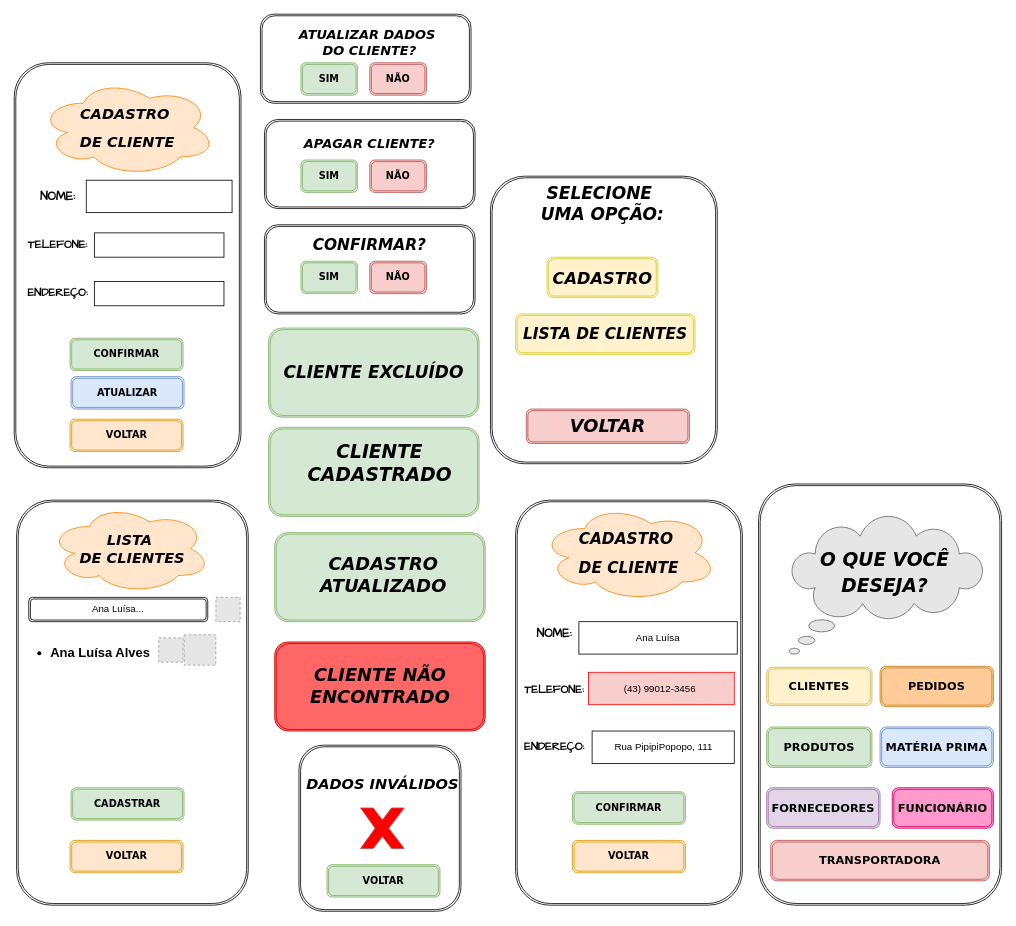
Before: page "Página-1" (1 of 4) of doc/interfaces.drawio in sarahnandynne/fluxograma.sarah, a draw.io diagram. Source tidied: cells renumbered, new cells numbered last; positions are measured from the earlier drawing's top-left corner, leaving out a move shared by most shapes. Both pictures are drawn from the tidied source at 81%, with x=0, y=0 at pixel (14, 14). Pictures stored in the file or linked from it are replaced by grey dashed boxes.
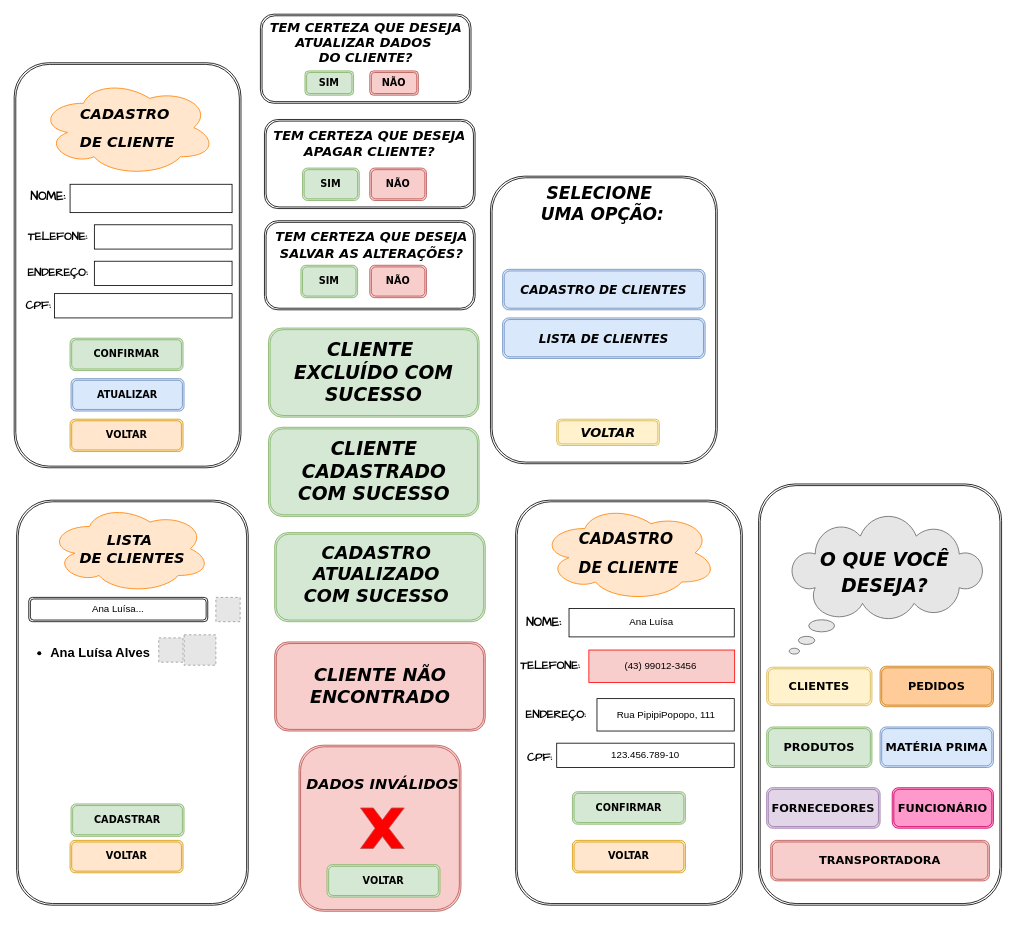
The same page after the edit.

The edit, as a diff of the source:
```diff
@@
     <mxCell id="3" style="whiteSpace=wrap;html=1;align=center;newEdgeStyle={&quot;edgeStyle&quot;:&quot;elbowEdgeStyle&quot;,&quot;startArrow&quot;:&quot;none&quot;,&quot;endArrow&quot;:&quot;none&quot;};" parent="1" vertex="1">
-      <mxGeometry x="89" y="205" width="180" height="40" as="geometry" />
+      <mxGeometry x="69" y="210" width="200" height="35" as="geometry" />
     </mxCell>
     <mxCell id="4" value="NOME:" style="text;html=1;align=center;verticalAlign=middle;whiteSpace=wrap;rounded=0;fontStyle=1;fontFamily=Comic Sans MS;fontSize=15;" parent="1" vertex="1">
-      <mxGeometry x="19" y="210" width="70" height="30" as="geometry" />
+      <mxGeometry x="6.9" y="210" width="70" height="30" as="geometry" />
     </mxCell>
     <mxCell id="5" value="TELEFONE:" style="text;html=1;align=center;verticalAlign=middle;whiteSpace=wrap;rounded=0;fontFamily=Comic Sans MS;fontStyle=1;fontSize=14;" parent="1" vertex="1">
-      <mxGeometry x="24" y="270" width="60" height="30" as="geometry" />
+      <mxGeometry x="24" y="260" width="60" height="30" as="geometry" />
     </mxCell>
     <mxCell id="6" style="whiteSpace=wrap;html=1;align=center;newEdgeStyle={&quot;edgeStyle&quot;:&quot;elbowEdgeStyle&quot;,&quot;startArrow&quot;:&quot;none&quot;,&quot;endArrow&quot;:&quot;none&quot;};" parent="1" vertex="1">
-      <mxGeometry x="99" y="270" width="160" height="30" as="geometry" />
+      <mxGeometry x="99" y="260" width="170" height="30" as="geometry" />
     </mxCell>
     <mxCell id="7" value="ENDEREÇO:" style="text;html=1;align=center;verticalAlign=middle;whiteSpace=wrap;rounded=0;fontFamily=Comic Sans MS;fontStyle=1;fontSize=14;" parent="1" vertex="1">
-      <mxGeometry x="24" y="330" width="60" height="30" as="geometry" />
+      <mxGeometry x="24" y="305" width="60" height="30" as="geometry" />
     </mxCell>
     <mxCell id="8" style="whiteSpace=wrap;html=1;align=center;newEdgeStyle={&quot;edgeStyle&quot;:&quot;elbowEdgeStyle&quot;,&quot;startArrow&quot;:&quot;none&quot;,&quot;endArrow&quot;:&quot;none&quot;};" parent="1" vertex="1">
-      <mxGeometry x="99" y="330" width="160" height="30" as="geometry" />
+      <mxGeometry x="99" y="305" width="170" height="30" as="geometry" />
     </mxCell>
@@
-    <mxCell id="15" value="&lt;font style=&quot;font-size: 16px;&quot; face=&quot;Verdana&quot;&gt;&lt;i style=&quot;font-size: 16px;&quot;&gt;&lt;b style=&quot;font-size: 16px;&quot;&gt;APAGAR CLIENTE?&lt;/b&gt;&lt;/i&gt;&lt;/font&gt;" style="text;html=1;align=center;verticalAlign=middle;whiteSpace=wrap;rounded=0;fontSize=16;" parent="1" vertex="1">
-      <mxGeometry x="354" y="140" width="170" height="40" as="geometry" />
+    <mxCell id="15" value="&lt;font style=&quot;font-size: 16px;&quot; face=&quot;Verdana&quot;&gt;&lt;i style=&quot;font-size: 16px;&quot;&gt;&lt;b style=&quot;font-size: 16px;&quot;&gt;TEM CERTEZA QUE DESEJA APAGAR CLIENTE?&lt;/b&gt;&lt;/i&gt;&lt;/font&gt;" style="text;html=1;align=center;verticalAlign=middle;whiteSpace=wrap;rounded=0;fontSize=16;" parent="1" vertex="1">
+      <mxGeometry x="309" y="140" width="260" height="40" as="geometry" />
     </mxCell>
     <mxCell id="16" value="&lt;font face=&quot;Verdana&quot;&gt;&lt;b style=&quot;&quot;&gt;SIM&lt;/b&gt;&lt;/font&gt;" style="shape=ext;double=1;rounded=1;whiteSpace=wrap;html=1;fillColor=#d5e8d4;strokeColor=#82b366;" parent="1" vertex="1">
-      <mxGeometry x="354" y="180" width="70" height="40" as="geometry" />
+      <mxGeometry x="356" y="190" width="70" height="40" as="geometry" />
     </mxCell>
     <mxCell id="17" value="&lt;font face=&quot;Verdana&quot;&gt;&lt;b&gt;NÃO&lt;/b&gt;&lt;/font&gt;" style="shape=ext;double=1;rounded=1;whiteSpace=wrap;html=1;fillColor=#f8cecc;strokeColor=#b85450;" parent="1" vertex="1">
-      <mxGeometry x="439" y="180" width="70" height="40" as="geometry" />
+      <mxGeometry x="439" y="190" width="70" height="40" as="geometry" />
     </mxCell>
@@
-    <mxCell id="22" value="ATUALIZAR DADOS&amp;nbsp;&lt;div style=&quot;font-size: 16px;&quot;&gt;DO CLIENTE?&lt;/div&gt;" style="text;html=1;align=center;verticalAlign=middle;whiteSpace=wrap;rounded=0;fontFamily=Verdana;fontStyle=3;fontSize=16;" parent="1" vertex="1">
-      <mxGeometry x="344" y="20" width="190" height="30" as="geometry" />
+    <mxCell id="22" value="TEM CERTEZA QUE DESEJA ATUALIZAR DADOS&amp;nbsp;&lt;div style=&quot;font-size: 16px;&quot;&gt;DO CLIENTE?&lt;/div&gt;" style="text;html=1;align=center;verticalAlign=middle;whiteSpace=wrap;rounded=0;fontFamily=Verdana;fontStyle=3;fontSize=16;" parent="1" vertex="1">
+      <mxGeometry x="291.5" y="20" width="285" height="30" as="geometry" />
     </mxCell>
     <mxCell id="23" value="&lt;font face=&quot;Verdana&quot;&gt;&lt;b style=&quot;&quot;&gt;SIM&lt;/b&gt;&lt;/font&gt;" style="shape=ext;double=1;rounded=1;whiteSpace=wrap;html=1;fillColor=#d5e8d4;strokeColor=#82b366;" parent="1" vertex="1">
-      <mxGeometry x="354" y="60" width="70" height="40" as="geometry" />
+      <mxGeometry x="359" y="70" width="60" height="30" as="geometry" />
     </mxCell>
     <mxCell id="24" value="&lt;font face=&quot;Verdana&quot;&gt;&lt;b&gt;NÃO&lt;/b&gt;&lt;/font&gt;" style="shape=ext;double=1;rounded=1;whiteSpace=wrap;html=1;fillColor=#f8cecc;strokeColor=#b85450;" parent="1" vertex="1">
-      <mxGeometry x="439" y="60" width="70" height="40" as="geometry" />
+      <mxGeometry x="439" y="70" width="60" height="30" as="geometry" />
     </mxCell>
-    <mxCell id="25" style="shape=ext;double=1;rounded=1;whiteSpace=wrap;html=1;" parent="1" vertex="1">
-      <mxGeometry x="309" y="260" width="260" height="110" as="geometry" />
-    </mxCell>
-    <mxCell id="26" value="&lt;font face=&quot;Verdana&quot;&gt;CONFIRMAR?&lt;/font&gt;" style="text;html=1;align=center;verticalAlign=middle;whiteSpace=wrap;rounded=0;fontStyle=3;fontSize=19;fontFamily=Helvetica;" parent="1" vertex="1">
-      <mxGeometry x="409" y="270" width="60" height="30" as="geometry" />
-    </mxCell>
-    <mxCell id="27" value="&lt;font face=&quot;Verdana&quot;&gt;&lt;b style=&quot;&quot;&gt;SIM&lt;/b&gt;&lt;/font&gt;" style="shape=ext;double=1;rounded=1;whiteSpace=wrap;html=1;fillColor=#d5e8d4;strokeColor=#82b366;" parent="1" vertex="1">
-      <mxGeometry x="354" y="305" width="70" height="40" as="geometry" />
-    </mxCell>
-    <mxCell id="28" value="&lt;font face=&quot;Verdana&quot;&gt;&lt;b&gt;NÃO&lt;/b&gt;&lt;/font&gt;" style="shape=ext;double=1;rounded=1;whiteSpace=wrap;html=1;fillColor=#f8cecc;strokeColor=#b85450;" parent="1" vertex="1">
-      <mxGeometry x="439" y="305" width="70" height="40" as="geometry" />
-    </mxCell>
-    <mxCell id="29" style="shape=ext;double=1;rounded=1;whiteSpace=wrap;html=1;" parent="1" vertex="1">
+    <mxCell id="29" style="shape=ext;double=1;rounded=1;whiteSpace=wrap;html=1;fillColor=#f8cecc;strokeColor=#b85450;" parent="1" vertex="1">
       <mxGeometry x="351.6" y="902.5" width="200" height="205" as="geometry" />
     </mxCell>
@@
     <mxCell id="36" value="NOME:" style="text;html=1;align=center;verticalAlign=middle;whiteSpace=wrap;rounded=0;fontStyle=1;fontFamily=Comic Sans MS;fontSize=15;" parent="1" vertex="1">
-      <mxGeometry x="632.2" y="750" width="70" height="30" as="geometry" />
+      <mxGeometry x="619" y="736.2" width="70" height="30" as="geometry" />
     </mxCell>
     <mxCell id="37" value="TELEFONE:" style="text;html=1;align=center;verticalAlign=middle;whiteSpace=wrap;rounded=0;fontFamily=Comic Sans MS;fontStyle=1;fontSize=14;" parent="1" vertex="1">
-      <mxGeometry x="637.2" y="820" width="60" height="30" as="geometry" />
+      <mxGeometry x="632.2" y="790" width="60" height="30" as="geometry" />
     </mxCell>
     <mxCell id="38" value="ENDEREÇO:" style="text;html=1;align=center;verticalAlign=middle;whiteSpace=wrap;rounded=0;fontFamily=Comic Sans MS;fontStyle=1;fontSize=14;" parent="1" vertex="1">
-      <mxGeometry x="637.2" y="890" width="60" height="30" as="geometry" />
+      <mxGeometry x="639" y="850" width="60" height="30" as="geometry" />
     </mxCell>
     <mxCell id="39" value="Rua PipipiPopopo, 111" style="whiteSpace=wrap;html=1;align=center;newEdgeStyle={&quot;edgeStyle&quot;:&quot;elbowEdgeStyle&quot;,&quot;startArrow&quot;:&quot;none&quot;,&quot;endArrow&quot;:&quot;none&quot;};" parent="1" vertex="1">
-      <mxGeometry x="713.5" y="885" width="175.5" height="40" as="geometry" />
+      <mxGeometry x="719.5" y="845" width="169.5" height="40" as="geometry" />
     </mxCell>
     <mxCell id="40" value="(43) 99012-3456&amp;nbsp;" style="whiteSpace=wrap;html=1;align=center;newEdgeStyle={&quot;edgeStyle&quot;:&quot;elbowEdgeStyle&quot;,&quot;startArrow&quot;:&quot;none&quot;,&quot;endArrow&quot;:&quot;none&quot;};fillColor=#f8cecc;strokeColor=#FF0000;" parent="1" vertex="1">
-      <mxGeometry x="709" y="812.5" width="180" height="40" as="geometry" />
+      <mxGeometry x="709.5" y="785" width="180" height="40" as="geometry" />
     </mxCell>
     <mxCell id="41" value="Ana Luísa" style="whiteSpace=wrap;html=1;align=center;newEdgeStyle={&quot;edgeStyle&quot;:&quot;elbowEdgeStyle&quot;,&quot;startArrow&quot;:&quot;none&quot;,&quot;endArrow&quot;:&quot;none&quot;};" parent="1" vertex="1">
-      <mxGeometry x="697.2" y="750" width="195.5" height="40" as="geometry" />
+      <mxGeometry x="685" y="733.8" width="204" height="35" as="geometry" />
     </mxCell>
@@
     <mxCell id="57" value="&lt;font face=&quot;Verdana&quot;&gt;&lt;b&gt;ATUALIZAR&lt;/b&gt;&lt;/font&gt;" style="shape=ext;double=1;rounded=1;whiteSpace=wrap;html=1;fillColor=#dae8fc;strokeColor=#6c8ebf;" parent="1" vertex="1">
-      <mxGeometry x="70.2" y="447.5" width="139.5" height="40" as="geometry" />
+      <mxGeometry x="70.2" y="450" width="139.5" height="40" as="geometry" />
     </mxCell>
     <mxCell id="58" value="&lt;font face=&quot;Verdana&quot;&gt;&lt;b&gt;CADASTRAR&lt;/b&gt;&lt;/font&gt;" style="shape=ext;double=1;rounded=1;whiteSpace=wrap;html=1;fillColor=#d5e8d4;strokeColor=#82b366;" parent="1" vertex="1">
-      <mxGeometry x="70.2" y="955" width="139.5" height="40" as="geometry" />
+      <mxGeometry x="70.2" y="975" width="139.5" height="40" as="geometry" />
     </mxCell>
-    <mxCell id="59" value="&lt;font size=&quot;1&quot; face=&quot;Verdana&quot; style=&quot;&quot;&gt;&lt;b style=&quot;&quot;&gt;&lt;i style=&quot;font-size: 20px;&quot;&gt;CADASTRO&lt;/i&gt;&lt;/b&gt;&lt;/font&gt;" style="shape=ext;double=1;rounded=1;whiteSpace=wrap;html=1;fillColor=#fff2cc;strokeColor=#D1D12A;" parent="1" vertex="1">
-      <mxGeometry x="657.9" y="300" width="136.8" height="50" as="geometry" />
+    <mxCell id="59" value="&lt;font style=&quot;font-size: 15px;&quot; face=&quot;Verdana&quot;&gt;&lt;b style=&quot;font-size: 15px;&quot;&gt;&lt;i style=&quot;font-size: 15px;&quot;&gt;CADASTRO DE CLIENTES&lt;/i&gt;&lt;/b&gt;&lt;/font&gt;" style="shape=ext;double=1;rounded=1;whiteSpace=wrap;html=1;fillColor=#dae8fc;strokeColor=#6c8ebf;fontSize=15;" parent="1" vertex="1">
+      <mxGeometry x="603" y="315" width="250" height="50" as="geometry" />
     </mxCell>
-    <mxCell id="60" value="&lt;font size=&quot;1&quot; style=&quot;&quot; face=&quot;Verdana&quot;&gt;&lt;b style=&quot;&quot;&gt;&lt;i style=&quot;font-size: 19px;&quot;&gt;LISTA DE CLIENTES&lt;/i&gt;&lt;/b&gt;&lt;/font&gt;" style="shape=ext;double=1;rounded=1;whiteSpace=wrap;html=1;fillColor=#fff2cc;strokeColor=#D1D12A;fontSize=11;" parent="1" vertex="1">
-      <mxGeometry x="619" y="370" width="221.5" height="50" as="geometry" />
+    <mxCell id="60" value="&lt;font size=&quot;1&quot; style=&quot;&quot; face=&quot;Verdana&quot;&gt;&lt;b style=&quot;&quot;&gt;&lt;i style=&quot;font-size: 15px;&quot;&gt;LISTA DE CLIENTES&lt;/i&gt;&lt;/b&gt;&lt;/font&gt;" style="shape=ext;double=1;rounded=1;whiteSpace=wrap;html=1;fillColor=#dae8fc;strokeColor=#6c8ebf;fontSize=11;" parent="1" vertex="1">
+      <mxGeometry x="603" y="375" width="250" height="50" as="geometry" />
     </mxCell>
@@
-    <mxCell id="63" value="CLIENTE CADASTRADO" style="text;html=1;align=center;verticalAlign=middle;whiteSpace=wrap;rounded=0;fontStyle=3;fontFamily=Verdana;fontSize=23;" parent="1" vertex="1">
-      <mxGeometry x="379.1" y="527" width="144.9" height="55" as="geometry" />
+    <mxCell id="63" value="CLIENTE CADASTRADO COM SUCESSO" style="text;html=1;align=center;verticalAlign=middle;whiteSpace=wrap;rounded=0;fontStyle=3;fontFamily=Verdana;fontSize=23;" parent="1" vertex="1">
+      <mxGeometry x="341.5" y="537.5" width="205" height="55" as="geometry" />
     </mxCell>
@@
-    <mxCell id="65" value="CADASTRO ATUALIZADO" style="text;html=1;align=center;verticalAlign=middle;whiteSpace=wrap;rounded=0;fontStyle=3;fontFamily=Verdana;fontSize=22;" parent="1" vertex="1">
-      <mxGeometry x="426" y="677.5" width="60" height="30" as="geometry" />
+    <mxCell id="65" value="CADASTRO ATUALIZADO COM SUCESSO&lt;div&gt;&lt;br&gt;&lt;/div&gt;" style="text;html=1;align=center;verticalAlign=middle;whiteSpace=wrap;rounded=0;fontStyle=3;fontFamily=Verdana;fontSize=22;" parent="1" vertex="1">
+      <mxGeometry x="339" y="690" width="217" height="30" as="geometry" />
     </mxCell>
-    <mxCell id="66" value="&lt;i&gt;&lt;b&gt;&lt;font style=&quot;font-size: 22px;&quot; face=&quot;Verdana&quot;&gt;CLIENTE NÃO ENCONTRADO&lt;/font&gt;&lt;/b&gt;&lt;/i&gt;" style="shape=ext;double=1;rounded=1;whiteSpace=wrap;html=1;fillColor=#FF6666;strokeColor=#CC0000;" parent="1" vertex="1">
+    <mxCell id="66" value="&lt;i&gt;&lt;b&gt;&lt;font style=&quot;font-size: 22px;&quot; face=&quot;Verdana&quot;&gt;CLIENTE NÃO ENCONTRADO&lt;/font&gt;&lt;/b&gt;&lt;/i&gt;" style="shape=ext;double=1;rounded=1;whiteSpace=wrap;html=1;fillColor=#f8cecc;strokeColor=#b85450;" parent="1" vertex="1">
       <mxGeometry x="321.6" y="775" width="260" height="110" as="geometry" />
     </mxCell>
-    <mxCell id="67" value="&lt;i&gt;&lt;b&gt;&lt;font style=&quot;font-size: 21px;&quot; face=&quot;Verdana&quot;&gt;CLIENTE EXCLUÍDO&lt;/font&gt;&lt;/b&gt;&lt;/i&gt;" style="shape=ext;double=1;rounded=1;whiteSpace=wrap;html=1;fillColor=#d5e8d4;strokeColor=#82b366;" parent="1" vertex="1">
+    <mxCell id="67" value="&lt;i style=&quot;font-size: 23px;&quot;&gt;&lt;b style=&quot;&quot;&gt;&lt;font style=&quot;font-size: 23px;&quot; face=&quot;Verdana&quot;&gt;CLIENTE&amp;nbsp;&lt;/font&gt;&lt;/b&gt;&lt;/i&gt;&lt;div style=&quot;font-size: 23px;&quot;&gt;&lt;i style=&quot;&quot;&gt;&lt;b style=&quot;&quot;&gt;&lt;font style=&quot;font-size: 23px;&quot; face=&quot;Verdana&quot;&gt;EXCLUÍDO COM SUCESSO&lt;/font&gt;&lt;/b&gt;&lt;/i&gt;&lt;/div&gt;" style="shape=ext;double=1;rounded=1;whiteSpace=wrap;html=1;fillColor=#d5e8d4;strokeColor=#82b366;" parent="1" vertex="1">
       <mxGeometry x="314" y="387.5" width="260" height="110" as="geometry" />
     </mxCell>
@@
-    <mxCell id="69" value="&lt;i&gt;&lt;b&gt;&lt;font style=&quot;font-size: 22px;&quot; face=&quot;Verdana&quot;&gt;VOLTAR&lt;/font&gt;&lt;/b&gt;&lt;/i&gt;" style="shape=ext;double=1;rounded=1;whiteSpace=wrap;html=1;fillColor=#f8cecc;strokeColor=#b85450;" parent="1" vertex="1">
-      <mxGeometry x="632.2" y="487.5" width="201.5" height="42.5" as="geometry" />
+    <mxCell id="69" value="&lt;i&gt;&lt;b&gt;&lt;font style=&quot;font-size: 16px;&quot; face=&quot;Verdana&quot;&gt;VOLTAR&lt;/font&gt;&lt;/b&gt;&lt;/i&gt;" style="shape=ext;double=1;rounded=1;whiteSpace=wrap;html=1;fillColor=#fff2cc;strokeColor=#d6b656;" parent="1" vertex="1">
+      <mxGeometry x="669.8" y="500" width="126.8" height="32.5" as="geometry" />
     </mxCell>
+    <mxCell id="70" value="CPF:" style="text;html=1;align=center;verticalAlign=middle;whiteSpace=wrap;rounded=0;fontFamily=Comic Sans MS;fontStyle=1;fontSize=14;" parent="1" vertex="1">
+      <mxGeometry y="345" width="60" height="30" as="geometry" />
+    </mxCell>
+    <mxCell id="71" style="whiteSpace=wrap;html=1;align=center;newEdgeStyle={&quot;edgeStyle&quot;:&quot;elbowEdgeStyle&quot;,&quot;startArrow&quot;:&quot;none&quot;,&quot;endArrow&quot;:&quot;none&quot;};" parent="1" vertex="1">
+      <mxGeometry x="49.8" y="345" width="219.2" height="30" as="geometry" />
+    </mxCell>
+    <mxCell id="72" value="CPF:" style="text;html=1;align=center;verticalAlign=middle;whiteSpace=wrap;rounded=0;fontFamily=Comic Sans MS;fontStyle=1;fontSize=14;" parent="1" vertex="1">
+      <mxGeometry x="619" y="902.5" width="60" height="30" as="geometry" />
+    </mxCell>
+    <mxCell id="73" value="123.456.789-10" style="whiteSpace=wrap;html=1;align=center;newEdgeStyle={&quot;edgeStyle&quot;:&quot;elbowEdgeStyle&quot;,&quot;startArrow&quot;:&quot;none&quot;,&quot;endArrow&quot;:&quot;none&quot;};" parent="1" vertex="1">
+      <mxGeometry x="669.8" y="900" width="219.2" height="30" as="geometry" />
+    </mxCell>
+    <mxCell id="74" style="shape=ext;double=1;rounded=1;whiteSpace=wrap;html=1;" parent="1" vertex="1">
+      <mxGeometry x="309" y="255" width="260" height="110" as="geometry" />
+    </mxCell>
+    <mxCell id="75" value="TEM CERTEZA QUE DESEJA SALVAR AS ALTERAÇÕES?" style="text;html=1;align=center;verticalAlign=middle;whiteSpace=wrap;rounded=0;fontFamily=Verdana;fontStyle=3;fontSize=16;" parent="1" vertex="1">
+      <mxGeometry x="314" y="270" width="255" height="30" as="geometry" />
+    </mxCell>
+    <mxCell id="27" value="&lt;font face=&quot;Verdana&quot;&gt;&lt;b style=&quot;&quot;&gt;SIM&lt;/b&gt;&lt;/font&gt;" style="shape=ext;double=1;rounded=1;whiteSpace=wrap;html=1;fillColor=#d5e8d4;strokeColor=#82b366;" parent="1" vertex="1">
+      <mxGeometry x="354" y="310" width="70" height="40" as="geometry" />
+    </mxCell>
+    <mxCell id="28" value="&lt;font face=&quot;Verdana&quot;&gt;&lt;b&gt;NÃO&lt;/b&gt;&lt;/font&gt;" style="shape=ext;double=1;rounded=1;whiteSpace=wrap;html=1;fillColor=#f8cecc;strokeColor=#b85450;" parent="1" vertex="1">
+      <mxGeometry x="439" y="310" width="70" height="40" as="geometry" />
+    </mxCell>
```
